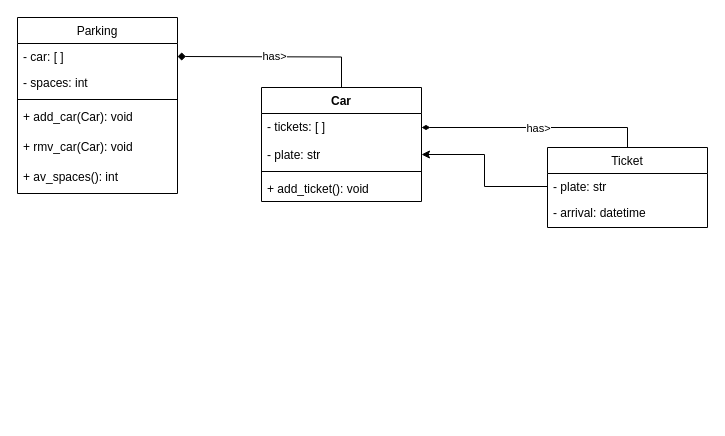
The draw.io diagram ParkEase.drawio in toruke/2tm1_ParkEase, before the edit. Source tidied: cells renumbered, new cells numbered last; positions are measured from the earlier drawing's top-left corner, leaving out a move shared by most shapes. Both pictures are drawn from the tidied source at 100%, with x=0, y=0 at pixel (17, 17).
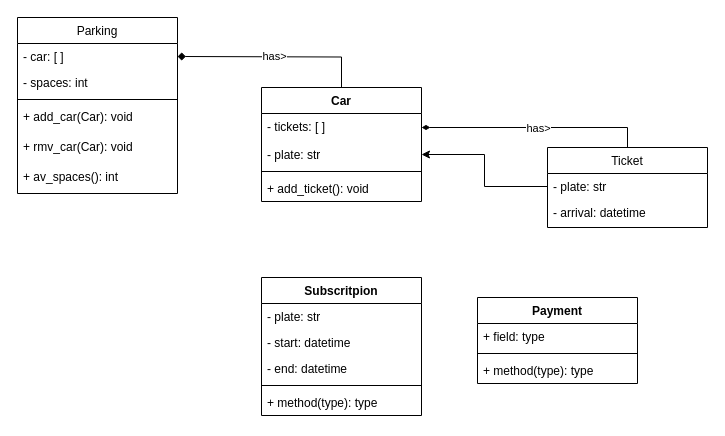
The same page after the edit.

Commit message:
ajout class Subscription et Payment

The edit, as a diff of the source:
```diff
@@
+    <mxCell id="21" value="Subscritpion" style="swimlane;fontStyle=1;align=center;verticalAlign=top;horizontal=1;startSize=26;whiteSpace=wrap;html=1;" parent="1" vertex="1">
+      <mxGeometry x="244" y="260" width="160" height="138" as="geometry" />
+    </mxCell>
+    <mxCell id="22" value="- plate: str" style="text;strokeColor=none;fillColor=none;align=left;verticalAlign=top;spacingLeft=4;spacingRight=4;overflow=hidden;whiteSpace=wrap;html=1;" parent="21" vertex="1">
+      <mxGeometry y="26" width="160" height="26" as="geometry" />
+    </mxCell>
+    <mxCell id="23" value="- start: datetime" style="text;strokeColor=none;fillColor=none;align=left;verticalAlign=top;spacingLeft=4;spacingRight=4;overflow=hidden;whiteSpace=wrap;html=1;" parent="21" vertex="1">
+      <mxGeometry y="52" width="160" height="26" as="geometry" />
+    </mxCell>
+    <mxCell id="24" value="- end: datetime" style="text;strokeColor=none;fillColor=none;align=left;verticalAlign=top;spacingLeft=4;spacingRight=4;overflow=hidden;whiteSpace=wrap;html=1;" parent="21" vertex="1">
+      <mxGeometry y="78" width="160" height="26" as="geometry" />
+    </mxCell>
+    <mxCell id="25" style="line;strokeWidth=1;fillColor=none;align=left;verticalAlign=middle;spacingTop=-1;spacingLeft=3;spacingRight=3;labelPosition=right;strokeColor=inherit;" parent="21" vertex="1">
+      <mxGeometry y="104" width="160" height="8" as="geometry" />
+    </mxCell>
+    <mxCell id="26" value="+ method(type): type" style="text;strokeColor=none;fillColor=none;align=left;verticalAlign=top;spacingLeft=4;spacingRight=4;overflow=hidden;whiteSpace=wrap;html=1;" parent="21" vertex="1">
+      <mxGeometry y="112" width="160" height="26" as="geometry" />
+    </mxCell>
+    <mxCell id="27" value="Payment" style="swimlane;fontStyle=1;align=center;verticalAlign=top;horizontal=1;startSize=26;whiteSpace=wrap;html=1;" parent="1" vertex="1">
+      <mxGeometry x="460" y="280" width="160" height="86" as="geometry" />
+    </mxCell>
+    <mxCell id="28" value="+ field: type" style="text;strokeColor=none;fillColor=none;align=left;verticalAlign=top;spacingLeft=4;spacingRight=4;overflow=hidden;whiteSpace=wrap;html=1;" parent="27" vertex="1">
+      <mxGeometry y="26" width="160" height="26" as="geometry" />
+    </mxCell>
+    <mxCell id="29" style="line;strokeWidth=1;fillColor=none;align=left;verticalAlign=middle;spacingTop=-1;spacingLeft=3;spacingRight=3;labelPosition=right;strokeColor=inherit;" parent="27" vertex="1">
+      <mxGeometry y="52" width="160" height="8" as="geometry" />
+    </mxCell>
+    <mxCell id="30" value="+ method(type): type" style="text;strokeColor=none;fillColor=none;align=left;verticalAlign=top;spacingLeft=4;spacingRight=4;overflow=hidden;whiteSpace=wrap;html=1;" parent="27" vertex="1">
+      <mxGeometry y="60" width="160" height="26" as="geometry" />
+    </mxCell>
```
